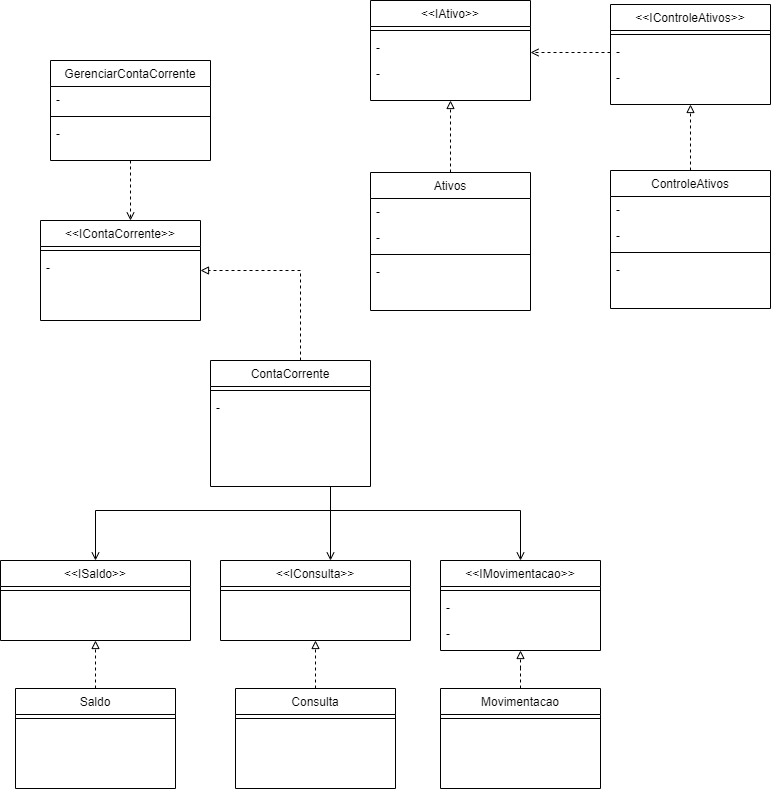
Before: Imagem/Corretora.png, a diagram exported from draw.io (boscocp/BrokerageChallenge). Source tidied: cells renumbered, new cells last; positions are measured from the earlier drawing's top-left corner, leaving out a move shared by most shapes.
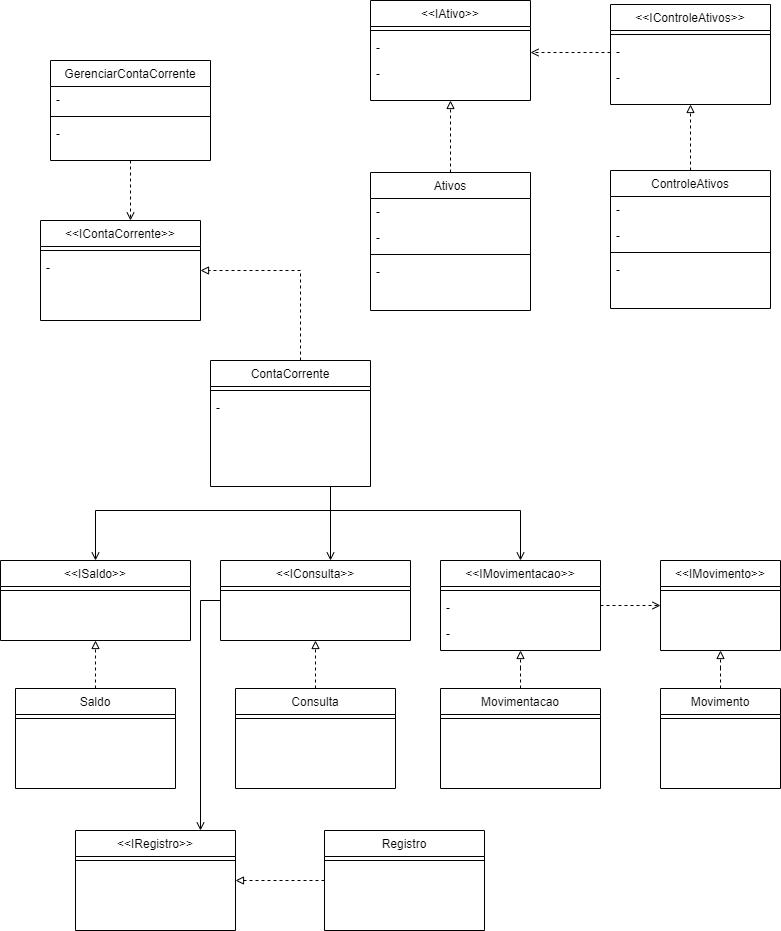
The same file after the commit.

Commit message:
Atualizar Imagem

Diff of the diagram source:
```diff
@@ -89,6 +89,9 @@
         <mxPoint x="-40" y="32" as="offset" />
       </mxGeometry>
     </mxCell>
+    <mxCell id="55" style="edgeStyle=orthogonalEdgeStyle;rounded=0;jettySize=auto;html=1;dashed=1;endArrow=open;endFill=0;" parent="1" edge="1" source="27" target="60">
+      <mxGeometry relative="1" as="geometry" />
+    </mxCell>
     <mxCell id="27" value="&lt;&lt;IMovimentacao&gt;&gt;" style="swimlane;fontStyle=0;align=center;verticalAlign=top;horizontal=1;startSize=26;rounded=0;shadow=0;strokeWidth=1;" parent="1" vertex="1">
       <mxGeometry x="440" y="560" width="160" height="90" as="geometry" />
     </mxCell>
@@ -110,6 +113,13 @@
     <mxCell id="33" style="line;html=1;strokeWidth=1;align=left;verticalAlign=middle;spacingTop=-1;spacingLeft=3;spacingRight=3;labelPosition=right;" parent="32" vertex="1">
       <mxGeometry y="26" width="160" height="8" as="geometry" />
     </mxCell>
+    <mxCell id="56" style="edgeStyle=orthogonalEdgeStyle;rounded=0;jettySize=auto;html=1;endArrow=open;endFill=0;" parent="1" edge="1" source="34" target="65">
+      <mxGeometry relative="1" as="geometry">
+        <Array as="points">
+          <mxPoint x="200" y="600" />
+        </Array>
+      </mxGeometry>
+    </mxCell>
     <mxCell id="34" value="&lt;&lt;IConsulta&gt;&gt;" style="swimlane;fontStyle=0;align=center;verticalAlign=top;horizontal=1;startSize=26;rounded=0;shadow=0;strokeWidth=1;" parent="1" vertex="1">
       <mxGeometry x="220" y="560" width="190" height="80" as="geometry" />
     </mxCell>
@@ -195,5 +205,35 @@
     <mxCell id="54" value="-" style="text;align=left;verticalAlign=top;spacingLeft=4;spacingRight=4;overflow=hidden;" parent="51" vertex="1">
       <mxGeometry y="60" width="160" height="26" as="geometry" />
     </mxCell>
+    <mxCell id="57" style="edgeStyle=orthogonalEdgeStyle;rounded=0;jettySize=auto;html=1;dashed=1;endArrow=block;endFill=0;" parent="1" edge="1" source="58" target="60">
+      <mxGeometry relative="1" as="geometry" />
+    </mxCell>
+    <mxCell id="58" value="Movimento" style="swimlane;fontStyle=0;align=center;verticalAlign=top;horizontal=1;startSize=26;rounded=0;shadow=0;strokeWidth=1;" parent="1" vertex="1">
+      <mxGeometry x="660" y="688" width="120" height="100" as="geometry" />
+    </mxCell>
+    <mxCell id="59" style="line;html=1;strokeWidth=1;align=left;verticalAlign=middle;spacingTop=-1;spacingLeft=3;spacingRight=3;labelPosition=right;" parent="58" vertex="1">
+      <mxGeometry y="26" width="120" height="8" as="geometry" />
+    </mxCell>
+    <mxCell id="60" value="&lt;&lt;IMovimento&gt;&gt;" style="swimlane;fontStyle=0;align=center;verticalAlign=top;horizontal=1;startSize=26;rounded=0;shadow=0;strokeWidth=1;" parent="1" vertex="1">
+      <mxGeometry x="660" y="560" width="120" height="90" as="geometry" />
+    </mxCell>
+    <mxCell id="61" style="line;html=1;strokeWidth=1;align=left;verticalAlign=middle;spacingTop=-1;spacingLeft=3;spacingRight=3;labelPosition=right;" parent="60" vertex="1">
+      <mxGeometry y="26" width="120" height="8" as="geometry" />
+    </mxCell>
+    <mxCell id="62" style="edgeStyle=orthogonalEdgeStyle;rounded=0;jettySize=auto;html=1;dashed=1;endArrow=block;endFill=0;" parent="1" edge="1" source="63" target="65">
+      <mxGeometry relative="1" as="geometry" />
+    </mxCell>
+    <mxCell id="63" value="Registro" style="swimlane;fontStyle=0;align=center;verticalAlign=top;horizontal=1;startSize=26;rounded=0;shadow=0;strokeWidth=1;" parent="1" vertex="1">
+      <mxGeometry x="324" y="830" width="160" height="100" as="geometry" />
+    </mxCell>
+    <mxCell id="64" style="line;html=1;strokeWidth=1;align=left;verticalAlign=middle;spacingTop=-1;spacingLeft=3;spacingRight=3;labelPosition=right;" parent="63" vertex="1">
+      <mxGeometry y="26" width="160" height="8" as="geometry" />
+    </mxCell>
+    <mxCell id="65" value="&lt;&lt;IRegistro&gt;&gt;" style="swimlane;fontStyle=0;align=center;verticalAlign=top;horizontal=1;startSize=26;rounded=0;shadow=0;strokeWidth=1;" parent="1" vertex="1">
+      <mxGeometry x="75" y="830" width="160" height="100" as="geometry" />
+    </mxCell>
+    <mxCell id="66" style="line;html=1;strokeWidth=1;align=left;verticalAlign=middle;spacingTop=-1;spacingLeft=3;spacingRight=3;labelPosition=right;" parent="65" vertex="1">
+      <mxGeometry y="26" width="160" height="8" as="geometry" />
+    </mxCell>
   </root>
 </mxGraphModel>
```
